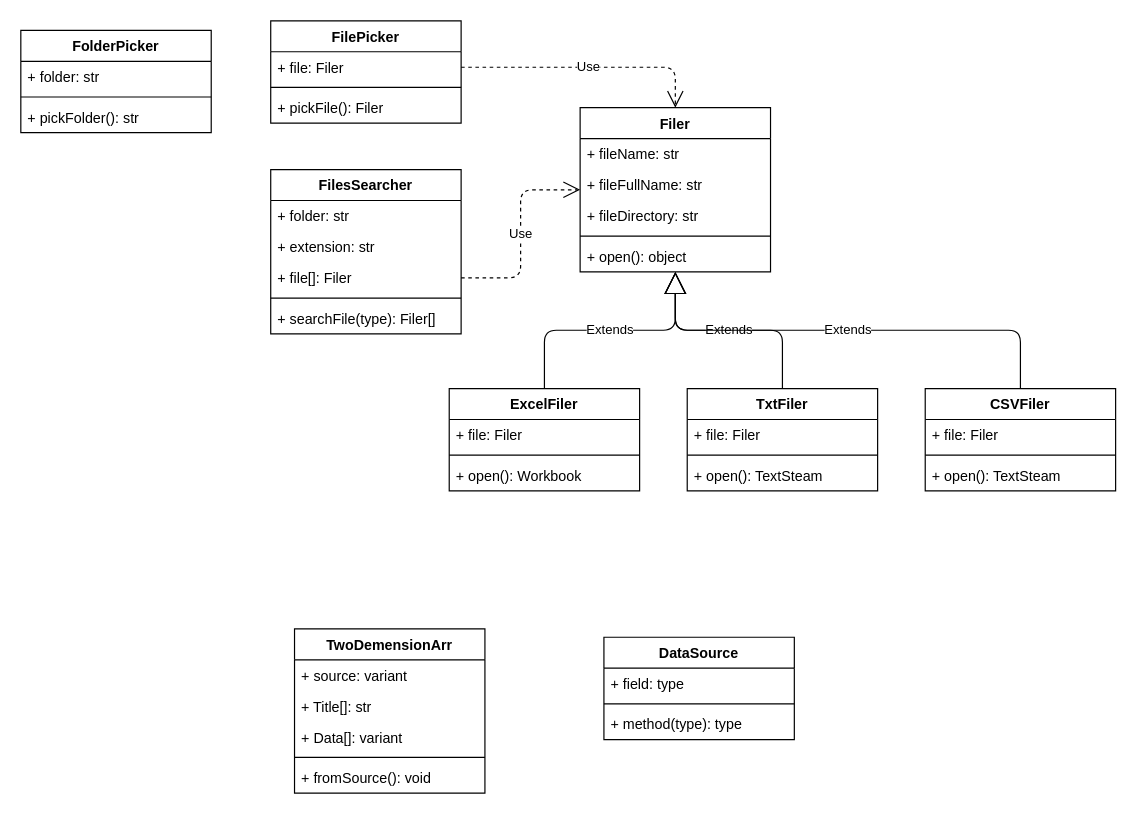
This is Master UML For VBA Class.drawio from Youjwxyz/VBA_Library, a draw.io file, before an edit. Source tidied: cells renumbered, new cells numbered last; positions are measured from the earlier drawing's top-left corner, leaving out a move shared by most shapes. Both pictures are drawn from the tidied source at 119%, with x=0, y=0 at pixel (20, 20).
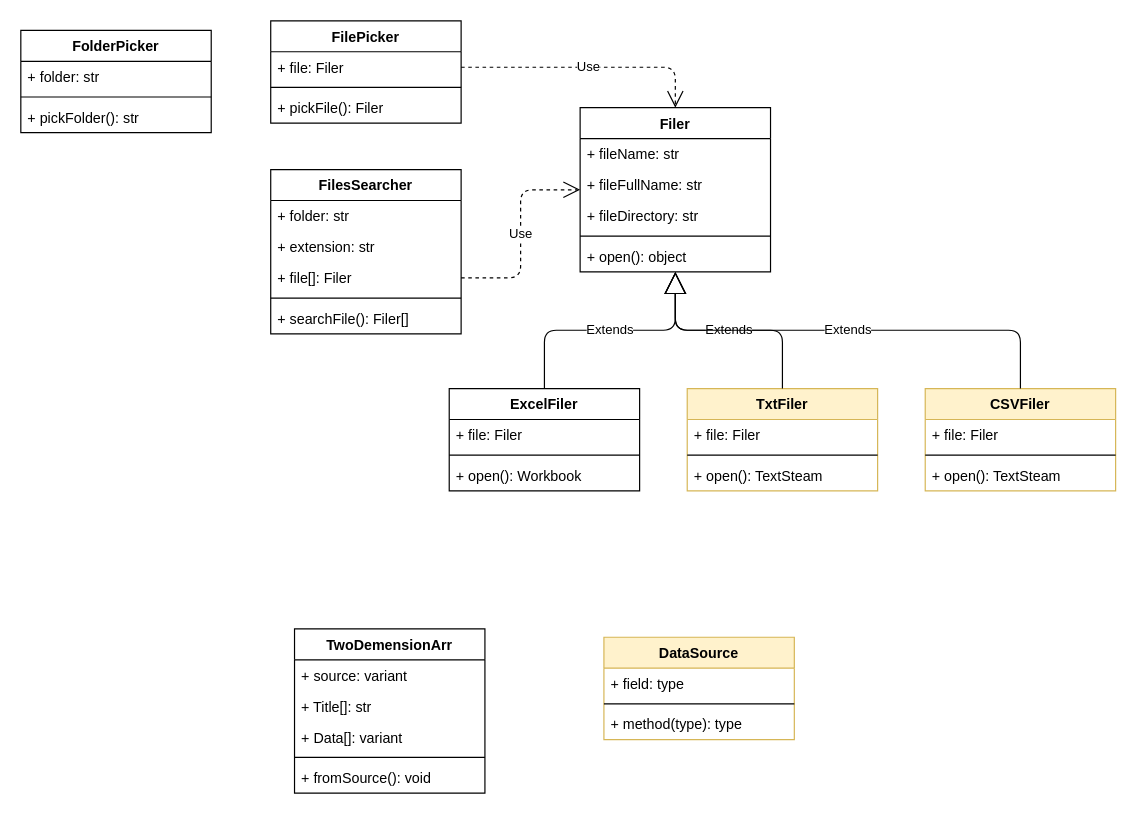
The same diagram, later.

The change refers to these unchanged cells:
```xml
<mxCell id="22" value="FilesSearcher" style="swimlane;fontStyle=1;align=center;verticalAlign=top;horizontal=1;startSize=26;" parent="1" vertex="1">
  <mxGeometry x="210" y="125" width="160" height="138" as="geometry" />
</mxCell>
```

Change to the diagram source:
```diff
@@
-    <mxCell id="27" value="+ searchFile(type): Filer[]" style="text;strokeColor=none;fillColor=none;align=left;verticalAlign=top;spacingLeft=4;spacingRight=4;overflow=hidden;" parent="22" vertex="1">
+    <mxCell id="27" value="+ searchFile(): Filer[]" style="text;strokeColor=none;fillColor=none;align=left;verticalAlign=top;spacingLeft=4;spacingRight=4;overflow=hidden;" parent="22" vertex="1">
       <mxGeometry y="112" width="160" height="26" as="geometry" />
     </mxCell>
@@
-    <mxCell id="29" value="TxtFiler" style="swimlane;fontStyle=1;align=center;verticalAlign=top;horizontal=1;startSize=26;" parent="1" vertex="1">
+    <mxCell id="29" value="TxtFiler" style="swimlane;fontStyle=1;align=center;verticalAlign=top;horizontal=1;startSize=26;fillColor=#fff2cc;strokeColor=#d6b656;" parent="1" vertex="1">
       <mxGeometry x="560" y="309" width="160" height="86" as="geometry" />
     </mxCell>
@@
-    <mxCell id="34" value="CSVFiler" style="swimlane;fontStyle=1;align=center;verticalAlign=top;horizontal=1;startSize=26;" parent="1" vertex="1">
+    <mxCell id="34" value="CSVFiler" style="swimlane;fontStyle=1;align=center;verticalAlign=top;horizontal=1;startSize=26;fillColor=#fff2cc;strokeColor=#d6b656;" parent="1" vertex="1">
       <mxGeometry x="760" y="309" width="160" height="86" as="geometry" />
     </mxCell>
@@
-    <mxCell id="45" value="DataSource" style="swimlane;fontStyle=1;align=center;verticalAlign=top;horizontal=1;startSize=26;" parent="1" vertex="1">
+    <mxCell id="45" value="DataSource" style="swimlane;fontStyle=1;align=center;verticalAlign=top;horizontal=1;startSize=26;fillColor=#fff2cc;strokeColor=#d6b656;" parent="1" vertex="1">
       <mxGeometry x="490" y="518" width="160" height="86" as="geometry" />
     </mxCell>
```
